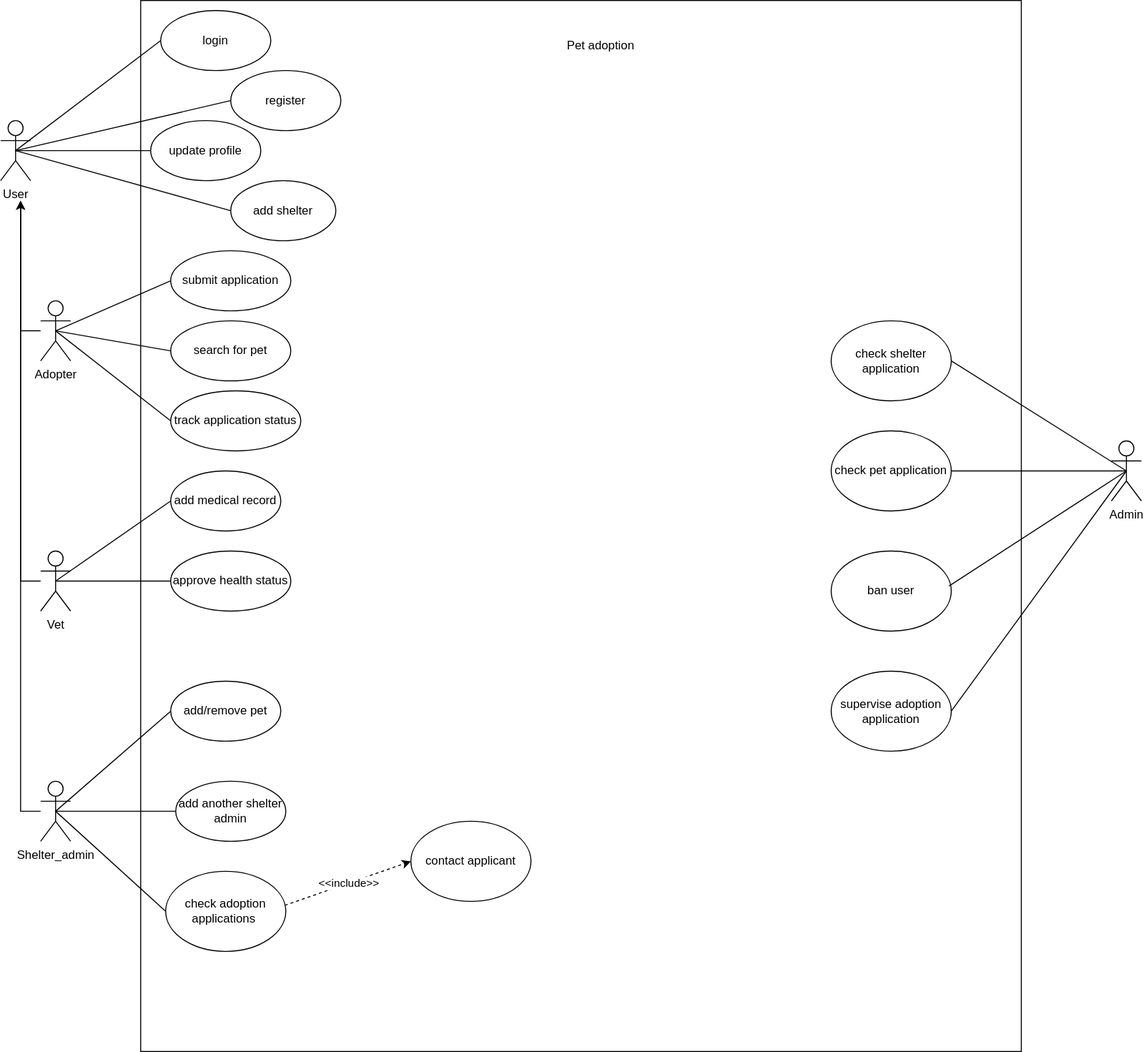
Earlier version of the draw.io export UseCaseDiagram.svg (Thomaskald/DistributedSystems). Source tidied: cells renumbered, new cells last; positions are measured from the earlier drawing's top-left corner, leaving out a move shared by most shapes.
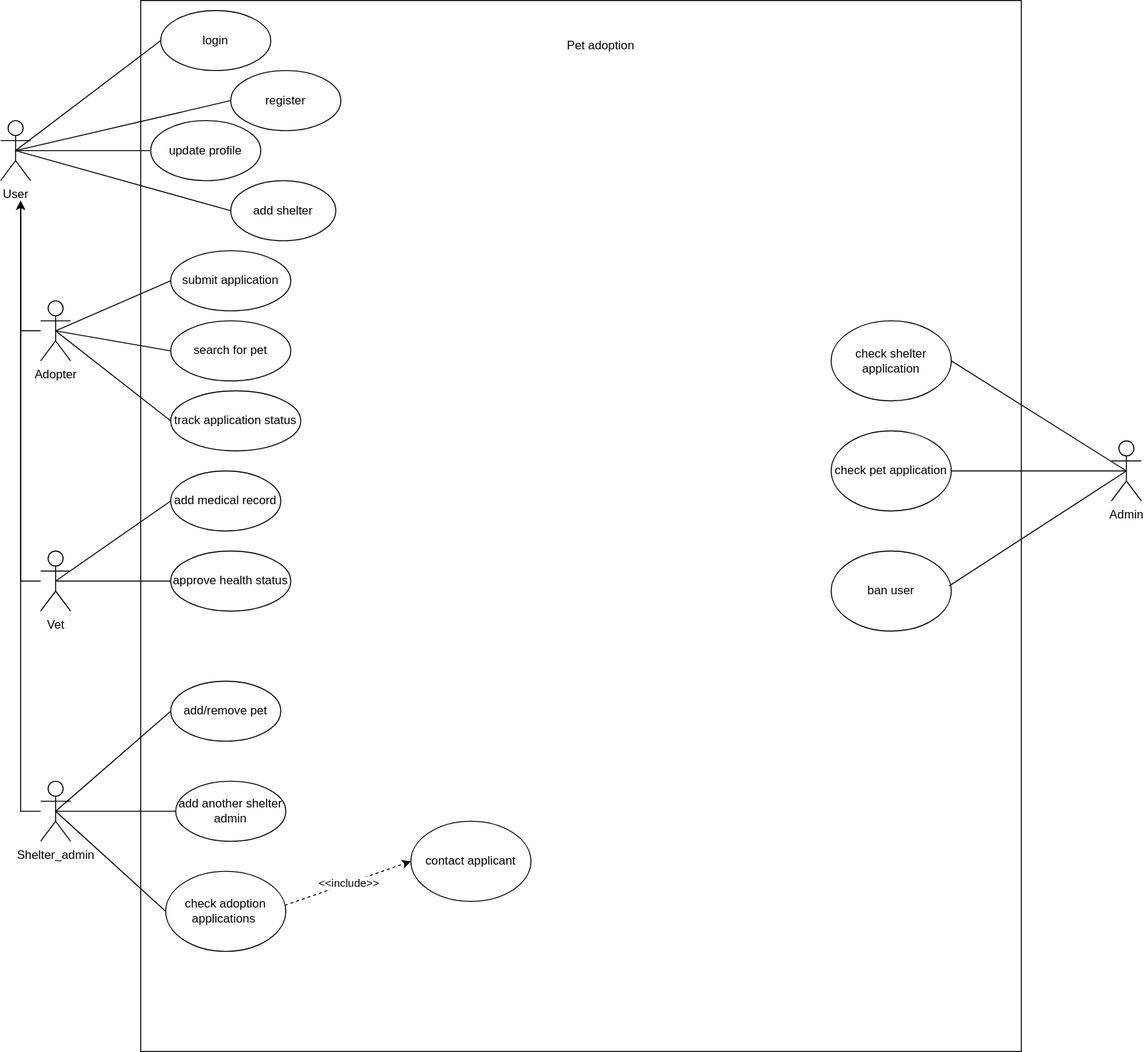
The same diagram one commit later.

The edit, as a diff of the source:
```diff
@@ -128,12 +128,6 @@
     <mxCell id="41" style="endArrow=none;html=1;rounded=0;entryX=0.5;entryY=0.5;entryDx=0;entryDy=0;entryPerimeter=0;exitX=0.982;exitY=0.436;exitDx=0;exitDy=0;exitPerimeter=0;" parent="1" edge="1" source="40" target="35">
       <mxGeometry relative="1" as="geometry" />
     </mxCell>
-    <mxCell id="42" value="supervise adoption application" style="ellipse;whiteSpace=wrap;html=1;" parent="1" vertex="1">
-      <mxGeometry x="830" y="670" width="120" height="80" as="geometry" />
-    </mxCell>
-    <mxCell id="43" style="endArrow=none;html=1;rounded=0;entryX=0.5;entryY=0.5;entryDx=0;entryDy=0;entryPerimeter=0;exitX=1;exitY=0.5;exitDx=0;exitDy=0;" parent="1" edge="1" source="42" target="35">
-      <mxGeometry relative="1" as="geometry" />
-    </mxCell>
     <mxCell id="44" style="endArrow=none;html=1;rounded=0;exitX=0.5;exitY=0.5;exitDx=0;exitDy=0;exitPerimeter=0;entryX=0;entryY=0.5;entryDx=0;entryDy=0;" parent="1" edge="1" source="10" target="31">
       <mxGeometry relative="1" as="geometry" />
     </mxCell>
```
